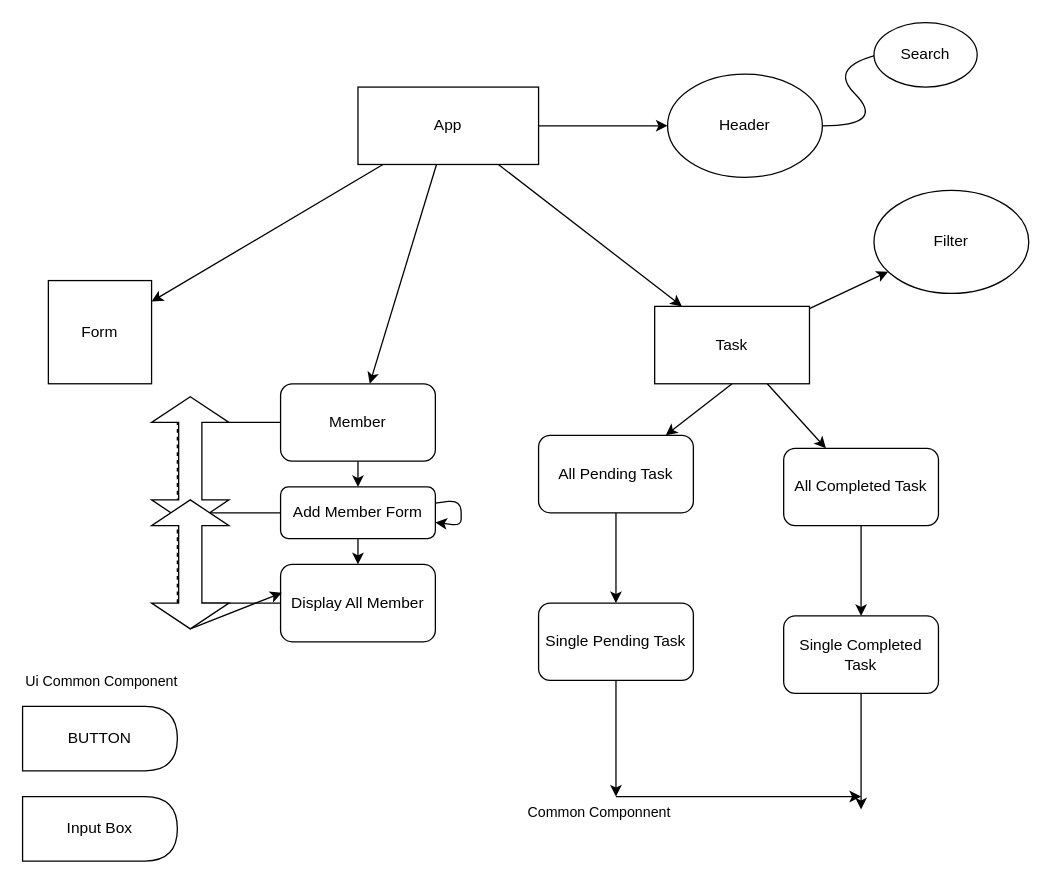
Earlier version of the draw.io diagram React-Projects/team-manage/Requirement.drawio (rakibhasansohag/Web-Design-Projects). Source tidied: cells renumbered, new cells numbered last; positions are measured from the earlier drawing's top-left corner, leaving out a move shared by most shapes. Both pictures are drawn from the tidied source at 129%, with x=0, y=0 at pixel (22, 22).
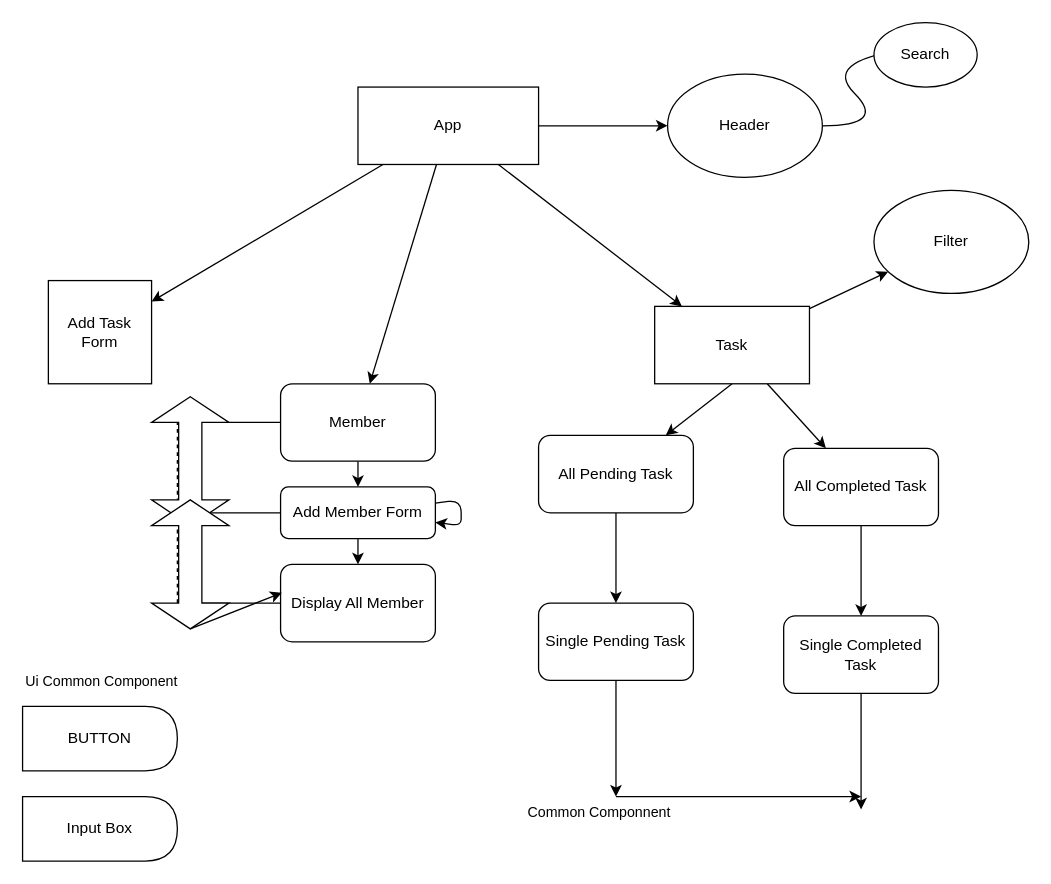
Above is the later version.

Change to the diagram source:
```diff
@@
-    <mxCell id="10" value="Form" style="whiteSpace=wrap;html=1;" parent="1" vertex="1">
+    <mxCell id="10" value="Add Task Form" style="whiteSpace=wrap;html=1;" parent="1" vertex="1">
       <mxGeometry x="20" y="200" width="80" height="80" as="geometry" />
     </mxCell>
```
